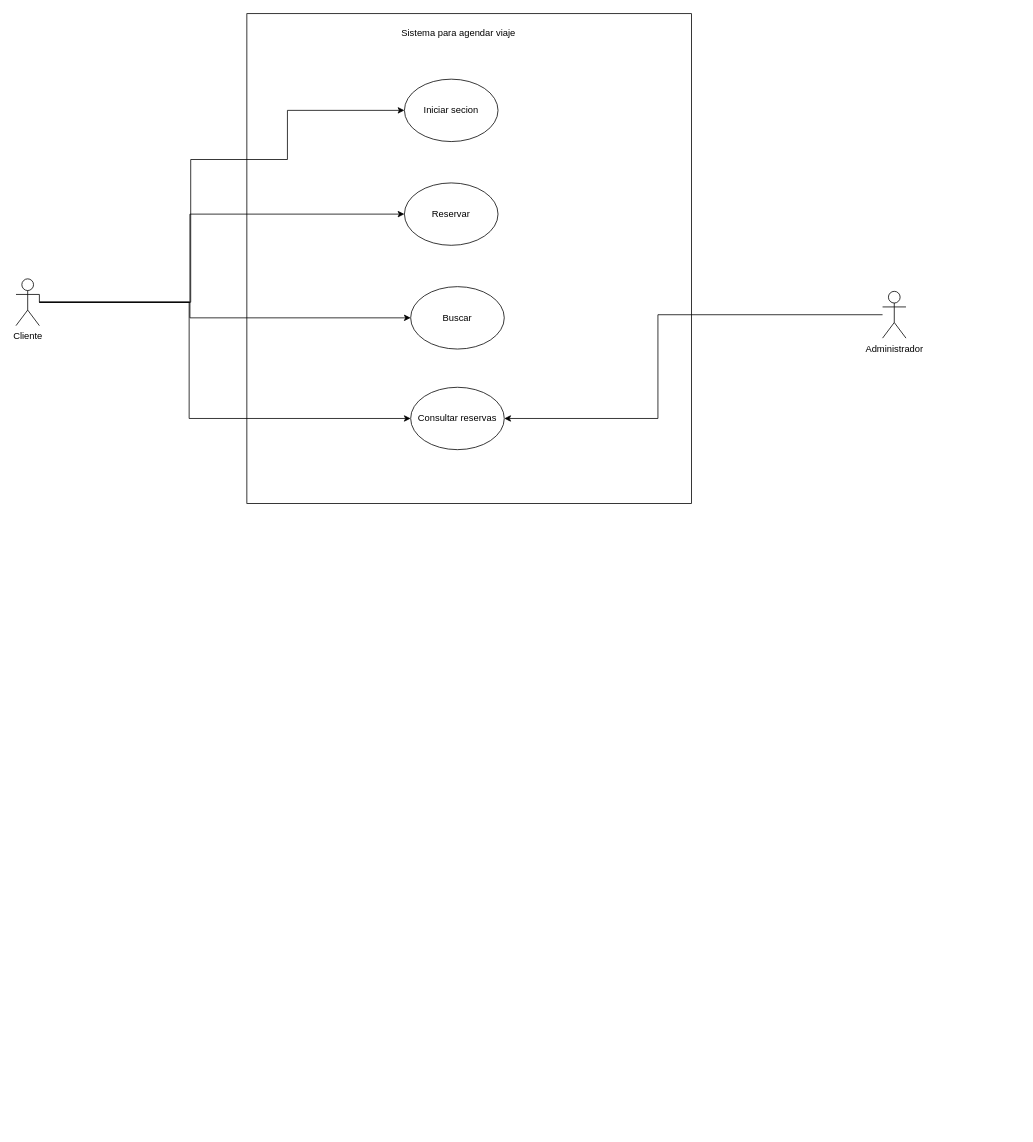
Above: modeladoSoftware título.drawio in Mundrack/Base-de-datos (draw.io), before the change. Source tidied: cells renumbered, new cells numbered last; positions are measured from the earlier drawing's top-left corner, leaving out a move shared by most shapes. Both pictures are drawn from the tidied source at 78%, with x=0, y=0 at pixel (16, 13).
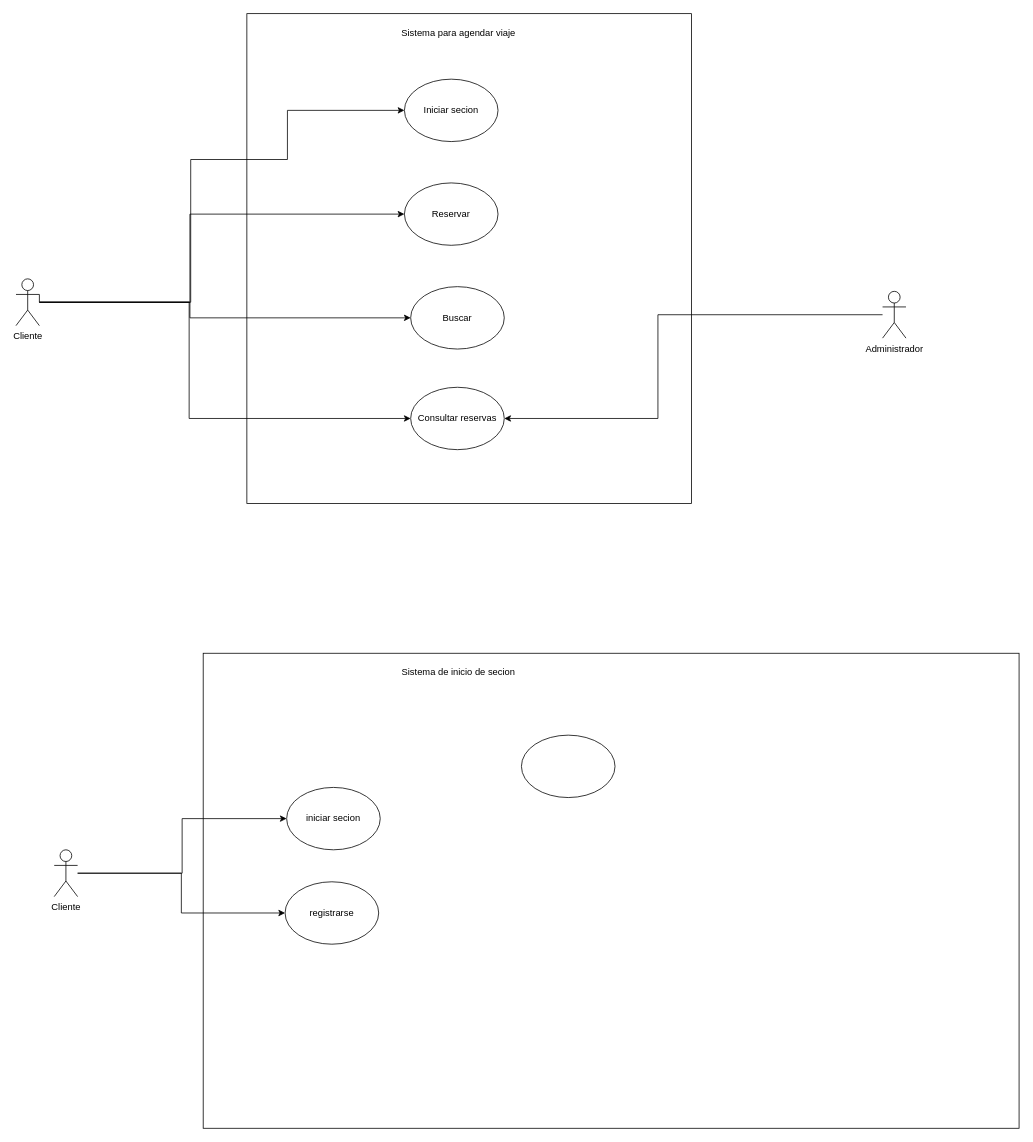
The same diagram, later.

Change to the diagram source:
```diff
@@
+    <mxCell id="15" style="rounded=0;whiteSpace=wrap;html=1;" parent="1" vertex="1">
+      <mxGeometry x="240" y="820" width="1046" height="609" as="geometry" />
+    </mxCell>
+    <mxCell id="16" value="Sistema de inicio de secion" style="text;html=1;align=center;verticalAlign=middle;strokeColor=none;fillColor=none;" parent="1" vertex="1">
+      <mxGeometry x="485" y="831" width="163" height="26" as="geometry" />
+    </mxCell>
+    <mxCell id="17" style="edgeStyle=orthogonalEdgeStyle;rounded=0;jettySize=auto;html=1;entryX=0;entryY=0.5;entryDx=0;entryDy=0;" parent="1" edge="1" source="19" target="20">
+      <mxGeometry relative="1" as="geometry" />
+    </mxCell>
+    <mxCell id="18" style="edgeStyle=orthogonalEdgeStyle;rounded=0;jettySize=auto;html=1;" parent="1" edge="1" source="19" target="21">
+      <mxGeometry relative="1" as="geometry" />
+    </mxCell>
+    <mxCell id="19" value="Cliente" style="shape=umlActor;verticalLabelPosition=bottom;verticalAlign=top;html=1;outlineConnect=0;" parent="1" vertex="1">
+      <mxGeometry x="49" y="1072" width="30" height="60" as="geometry" />
+    </mxCell>
+    <mxCell id="20" value="iniciar secion" style="ellipse;whiteSpace=wrap;html=1;" parent="1" vertex="1">
+      <mxGeometry x="347" y="992" width="120" height="80" as="geometry" />
+    </mxCell>
+    <mxCell id="21" value="registrarse" style="ellipse;whiteSpace=wrap;html=1;" parent="1" vertex="1">
+      <mxGeometry x="345" y="1113" width="120" height="80" as="geometry" />
+    </mxCell>
+    <mxCell id="22" style="ellipse;whiteSpace=wrap;html=1;" parent="1" vertex="1">
+      <mxGeometry x="648" y="925" width="120" height="80" as="geometry" />
+    </mxCell>
```
